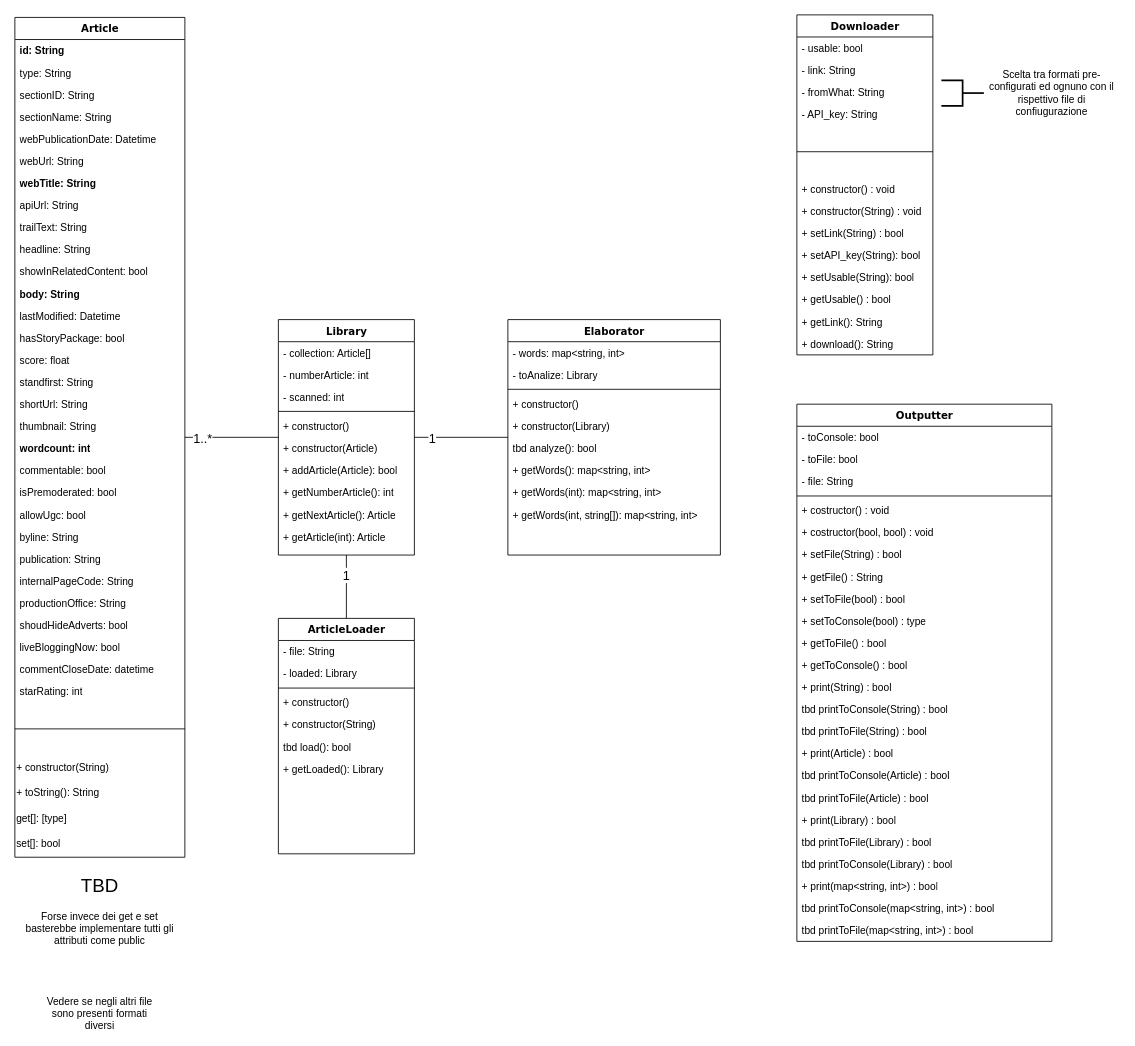
Before: src/site/UML/classDiagram.drawio in Magform/articleAnalyzer, a draw.io diagram. Source tidied: cells renumbered, new cells numbered last; positions are measured from the earlier drawing's top-left corner, leaving out a move shared by most shapes. Both pictures are drawn from the tidied source at 85%, with x=0, y=0 at pixel (14, 14).
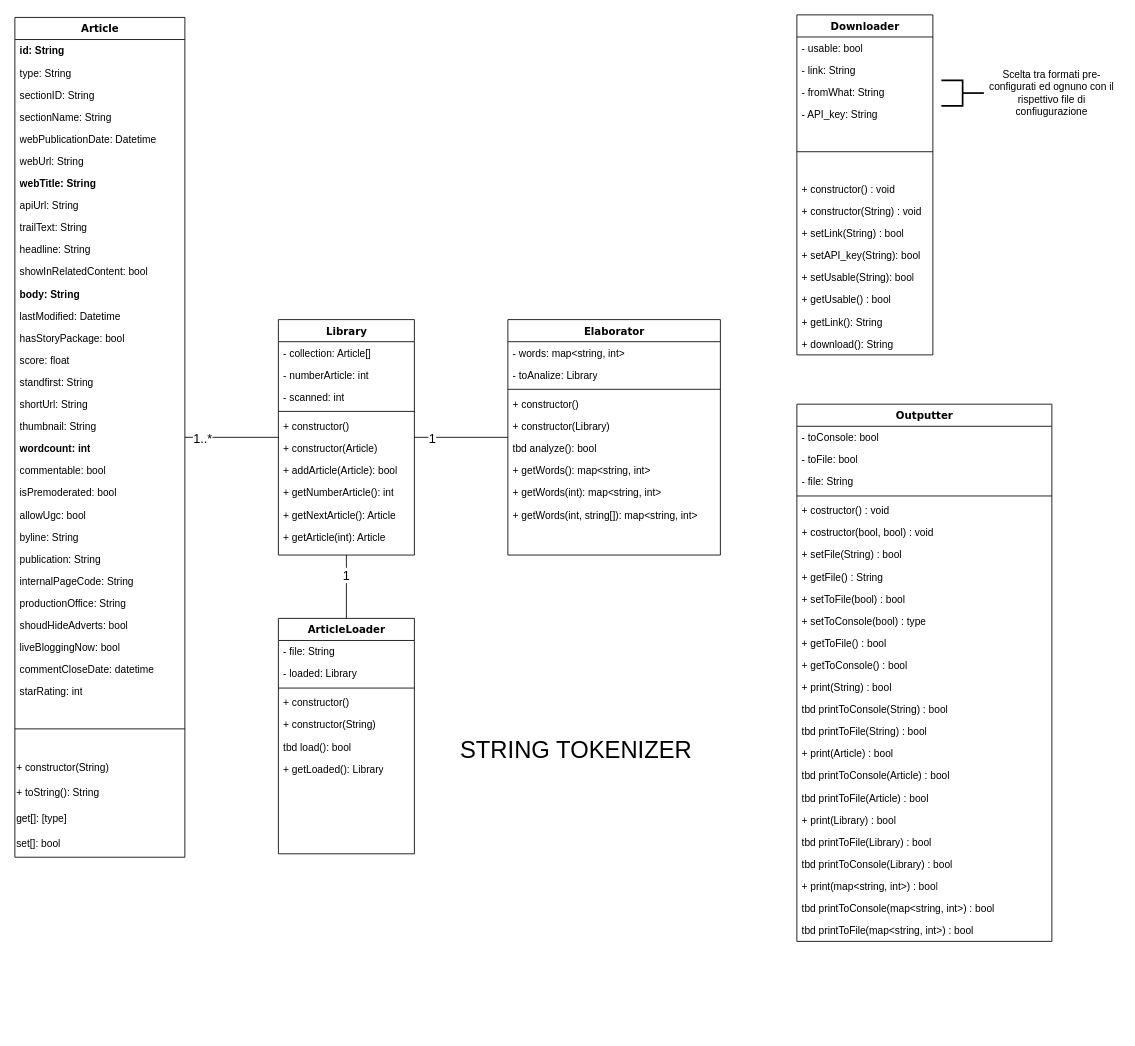
The same page after the edit.

The edit, as a diff of the source:
```diff
@@
-    <mxCell id="108" value="Forse invece dei get e set basterebbe implementare tutti gli attributi come public" style="text;html=1;strokeColor=none;fillColor=none;align=center;verticalAlign=middle;whiteSpace=wrap;rounded=0;" parent="1" vertex="1">
-      <mxGeometry x="10" y="1060" width="180" height="30" as="geometry" />
-    </mxCell>
-    <mxCell id="109" value="&lt;font style=&quot;font-size: 22px;&quot;&gt;TBD&lt;/font&gt;" style="text;html=1;strokeColor=none;fillColor=none;align=center;verticalAlign=middle;whiteSpace=wrap;rounded=0;" parent="1" vertex="1">
-      <mxGeometry x="70" y="1010" width="60" height="30" as="geometry" />
-    </mxCell>
@@
-    <mxCell id="116" value="Vedere se negli altri file sono presenti formati diversi" style="text;html=1;strokeColor=none;fillColor=none;align=center;verticalAlign=middle;whiteSpace=wrap;rounded=0;" parent="1" vertex="1">
-      <mxGeometry x="30" y="1160" width="140" height="30" as="geometry" />
-    </mxCell>
+    <mxCell id="117" value="&lt;font style=&quot;font-size: 28px;&quot;&gt;STRING TOKENIZER&lt;br&gt;&lt;/font&gt;" style="text;html=1;align=center;verticalAlign=middle;strokeColor=none;fillColor=none;" parent="1" vertex="1">
+      <mxGeometry x="510" y="840" width="300" height="50" as="geometry" />
+    </mxCell>
```
